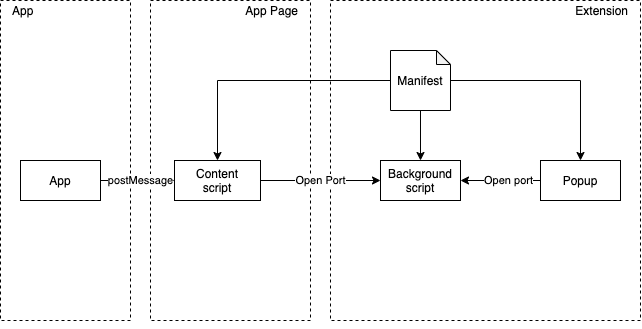
Above: docs/extension-communication.png in dxos/dxos (draw.io), before the change. Source tidied: cells renumbered, new cells last; positions are measured from the earlier drawing's top-left corner, leaving out a move shared by most shapes.
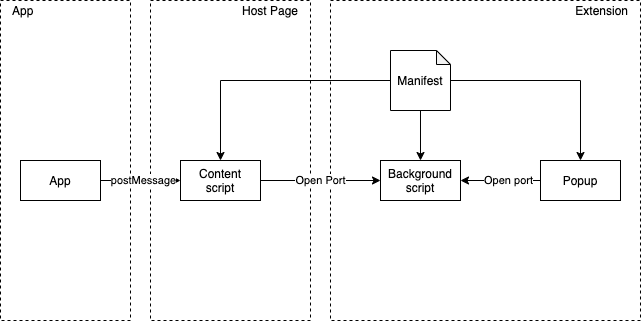
After the commit.

What changed in the source:
```diff
@@ -33,7 +33,7 @@
       <mxGeometry relative="1" as="geometry" />
     </mxCell>
     <mxCell id="12" value="Content&lt;br&gt;script" style="whiteSpace=wrap;html=1;" parent="1" vertex="1">
-      <mxGeometry x="174" y="160" width="86" height="40" as="geometry" />
+      <mxGeometry x="180" y="160" width="80" height="40" as="geometry" />
     </mxCell>
     <mxCell id="13" style="edgeStyle=orthogonalEdgeStyle;rounded=0;jettySize=auto;html=1;exitX=1;exitY=0.5;exitDx=0;exitDy=0;entryX=0;entryY=0.5;entryDx=0;entryDy=0;" parent="1" edge="1" source="15" target="12">
       <mxGeometry relative="1" as="geometry" />
@@ -55,7 +55,7 @@
     <mxCell id="18" style="edgeStyle=orthogonalEdgeStyle;rounded=0;orthogonalLoop=1;jettySize=auto;html=1;exitX=0.5;exitY=1;exitDx=0;exitDy=0;" parent="1" edge="1" source="3" target="3">
       <mxGeometry relative="1" as="geometry" />
     </mxCell>
-    <mxCell id="19" value="App Page" style="text;html=1;strokeColor=none;fillColor=none;align=right;verticalAlign=middle;whiteSpace=wrap;rounded=0;dashed=1;" parent="1" vertex="1">
+    <mxCell id="19" value="Host Page" style="text;html=1;strokeColor=none;fillColor=none;align=right;verticalAlign=middle;whiteSpace=wrap;rounded=0;dashed=1;" parent="1" vertex="1">
       <mxGeometry x="160" width="140" height="20" as="geometry" />
     </mxCell>
     <mxCell id="20" value="App" style="text;html=1;strokeColor=none;fillColor=none;align=left;verticalAlign=middle;whiteSpace=wrap;rounded=0;dashed=1;" parent="1" vertex="1">
```
